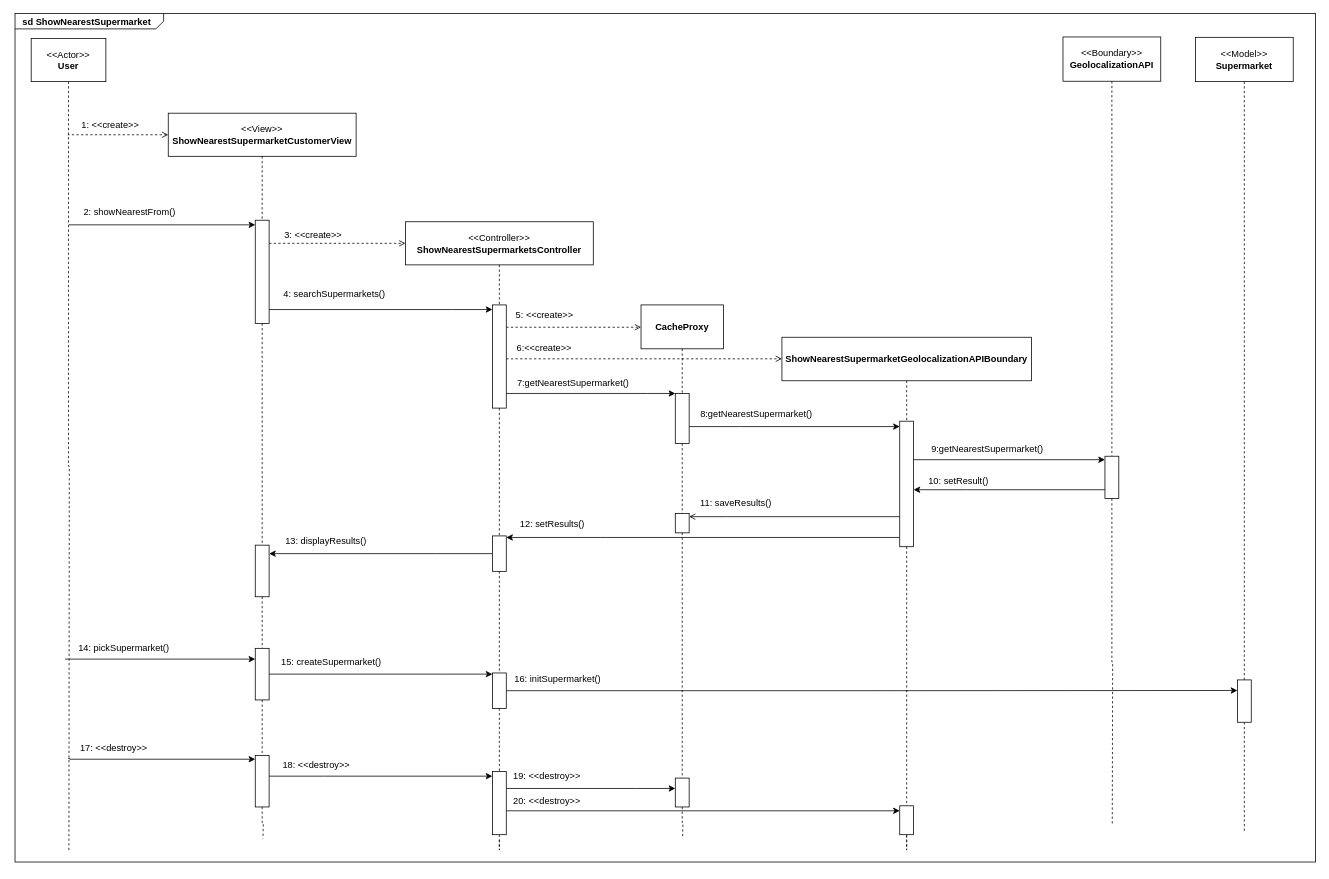
Above: docx&pdf/Sequence Diagrams/SequenceDiagram_ShowNearestSupermarket.drawio in FredHats99/HealthyCart (draw.io), before the change. Source tidied: cells renumbered, new cells numbered last; positions are measured from the earlier drawing's top-left corner, leaving out a move shared by most shapes. Both pictures are drawn from the tidied source at 77%, with x=0, y=0 at pixel (15, 13).
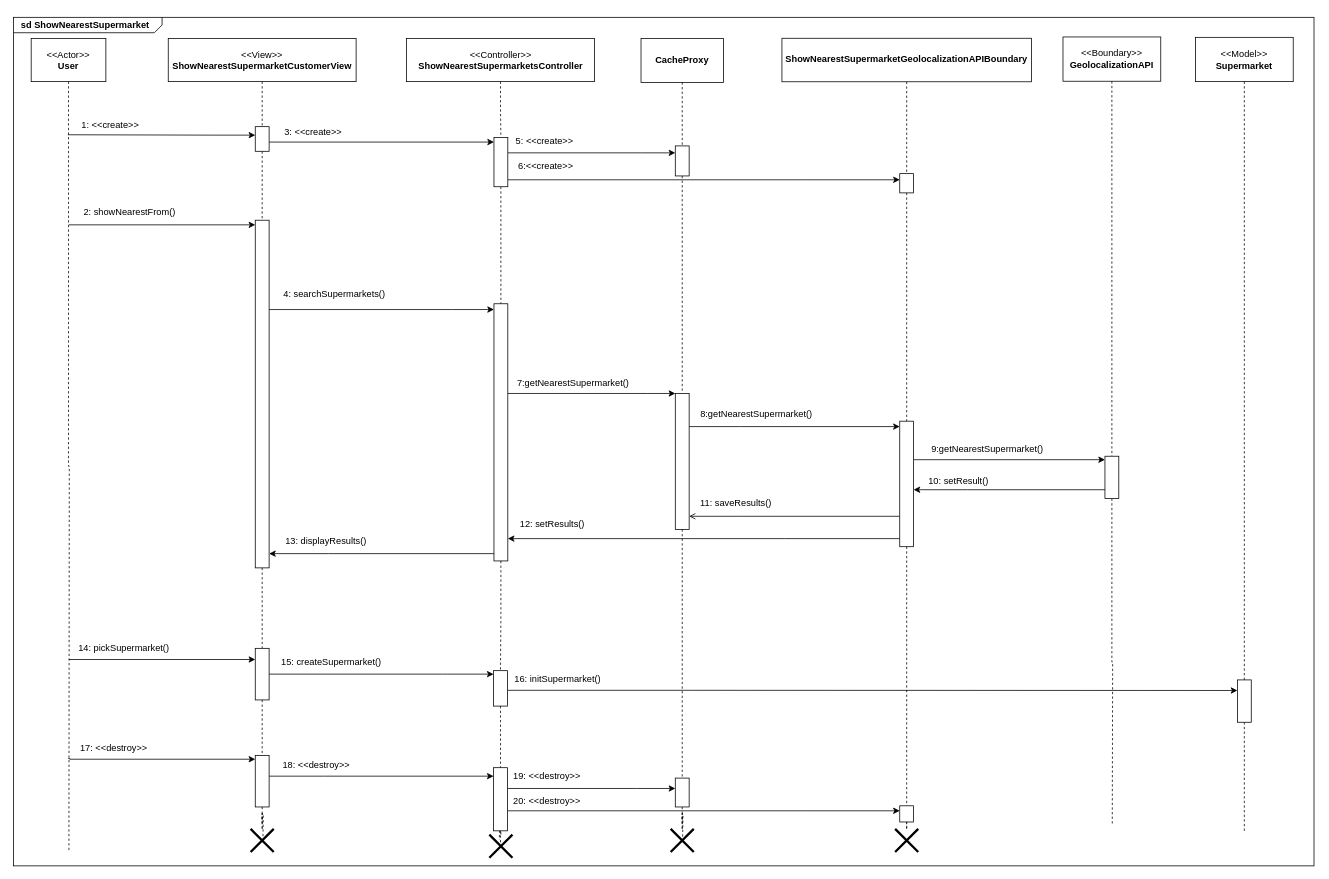
The same diagram, later.

Commit message (it also covers changes not shown here):
Updated Sequence and State diagram with the correct export file to display them in their entirety

Unchanged cells that the change refers to:
```xml
<mxCell id="39" style="rounded=0;whiteSpace=wrap;html=1;" parent="1" vertex="1">
  <mxGeometry x="1149" y="529.5" width="18" height="163" as="geometry" />
</mxCell>
<mxCell id="60" style="rounded=0;whiteSpace=wrap;html=1;" parent="1" vertex="1">
  <mxGeometry x="312" y="824.5" width="18" height="67" as="geometry" />
</mxCell>
<mxCell id="68" style="rounded=0;whiteSpace=wrap;html=1;" parent="1" vertex="1">
  <mxGeometry x="1587.5" y="865.5" width="18" height="55" as="geometry" />
</mxCell>
<mxCell id="73" style="rounded=0;whiteSpace=wrap;html=1;" parent="1" vertex="1">
  <mxGeometry x="312" y="963.5" width="18" height="67" as="geometry" />
</mxCell>
<mxCell id="81" style="rounded=0;whiteSpace=wrap;html=1;" parent="1" vertex="1">
  <mxGeometry x="857.5" y="993" width="18" height="37.5" as="geometry" />
</mxCell>
```

What changed in the source:
```diff
@@
-    <mxCell id="4" style="edgeStyle=orthogonalEdgeStyle;rounded=0;jettySize=auto;html=1;dashed=1;endArrow=none;endFill=0;startArrow=none;" parent="1" edge="1" source="73">
+    <mxCell id="4" style="edgeStyle=orthogonalEdgeStyle;rounded=0;jettySize=auto;html=1;dashed=1;endArrow=none;endFill=0;startArrow=none;" parent="1" edge="1" source="98">
       <mxGeometry relative="1" as="geometry">
         <mxPoint x="322" y="1071.5" as="targetPoint" />
       </mxGeometry>
     </mxCell>
-    <mxCell id="5" style="edgeStyle=orthogonalEdgeStyle;rounded=0;jettySize=auto;html=1;dashed=1;endArrow=none;endFill=0;startArrow=open;startFill=0;" parent="1" edge="1" source="6">
+    <mxCell id="5" style="edgeStyle=orthogonalEdgeStyle;rounded=0;jettySize=auto;html=1;endArrow=none;endFill=0;startArrow=classic;startFill=1;" parent="1" edge="1" source="88">
       <mxGeometry relative="1" as="geometry">
         <mxPoint x="68.6" y="157.5" as="targetPoint" />
+        <Array as="points">
+          <mxPoint x="256" y="158" />
+          <mxPoint x="256" y="158" />
+        </Array>
       </mxGeometry>
     </mxCell>
     <mxCell id="6" value="&amp;lt;&amp;lt;View&amp;gt;&amp;gt;&lt;br&gt;&lt;b&gt;ShowNearestSupermarketCustomerView&lt;/b&gt;" style="rounded=0;whiteSpace=wrap;html=1;" parent="1" vertex="1">
-      <mxGeometry x="199" y="129.5" width="244" height="56" as="geometry" />
+      <mxGeometry x="199" y="32.5" width="244" height="56" as="geometry" />
     </mxCell>
     <mxCell id="7" value="&amp;lt;&amp;lt;Controller&amp;gt;&amp;gt;&lt;br&gt;&lt;b&gt;ShowNearestSupermarketsController&lt;/b&gt;" style="rounded=0;whiteSpace=wrap;html=1;" parent="1" vertex="1">
-      <mxGeometry x="507" y="270.5" width="244" height="56" as="geometry" />
+      <mxGeometry x="508.5" y="32.5" width="244" height="56" as="geometry" />
     </mxCell>
-    <mxCell id="8" style="edgeStyle=orthogonalEdgeStyle;rounded=0;jettySize=auto;html=1;dashed=1;endArrow=none;endFill=0;startArrow=none;" parent="1" edge="1" source="81">
+    <mxCell id="8" style="edgeStyle=orthogonalEdgeStyle;rounded=0;jettySize=auto;html=1;dashed=1;endArrow=none;endFill=0;startArrow=none;" parent="1" edge="1" source="102">
       <mxGeometry relative="1" as="geometry">
         <mxPoint x="867" y="1069.5" as="targetPoint" />
       </mxGeometry>
     </mxCell>
     <mxCell id="9" value="&lt;b&gt;CacheProxy&lt;/b&gt;" style="rounded=0;whiteSpace=wrap;html=1;" parent="1" vertex="1">
-      <mxGeometry x="813" y="378.5" width="107" height="57" as="geometry" />
+      <mxGeometry x="813" y="32.5" width="107" height="57" as="geometry" />
     </mxCell>
-    <mxCell id="10" style="edgeStyle=orthogonalEdgeStyle;rounded=0;jettySize=auto;html=1;dashed=1;endArrow=none;endFill=0;startArrow=none;" parent="1" edge="1" source="84">
+    <mxCell id="10" style="edgeStyle=orthogonalEdgeStyle;rounded=0;jettySize=auto;html=1;dashed=1;endArrow=none;endFill=0;startArrow=none;" parent="1" edge="1" source="103">
       <mxGeometry relative="1" as="geometry">
         <mxPoint x="1158" y="1059.5" as="targetPoint" />
       </mxGeometry>
     </mxCell>
     <mxCell id="11" value="&lt;b&gt;ShowNearestSupermarketGeolocalizationAPIBoundary&lt;/b&gt;" style="rounded=0;whiteSpace=wrap;html=1;" parent="1" vertex="1">
-      <mxGeometry x="996" y="420.5" width="324" height="56.5" as="geometry" />
+      <mxGeometry x="996" y="32.2" width="324" height="56.5" as="geometry" />
     </mxCell>
@@
-    <mxCell id="15" style="edgeStyle=orthogonalEdgeStyle;rounded=0;jettySize=auto;html=1;dashed=1;endArrow=none;endFill=0;" parent="1" edge="1" source="6" target="19">
+    <mxCell id="15" style="edgeStyle=orthogonalEdgeStyle;rounded=0;jettySize=auto;html=1;dashed=1;endArrow=none;endFill=0;startArrow=none;" parent="1" edge="1" source="88" target="19">
       <mxGeometry relative="1" as="geometry" />
     </mxCell>
@@
-    <mxCell id="17" style="edgeStyle=orthogonalEdgeStyle;rounded=0;jettySize=auto;html=1;startArrow=none;startFill=0;endArrow=open;endFill=0;dashed=1;" parent="1" edge="1" source="19" target="7">
+    <mxCell id="17" style="edgeStyle=orthogonalEdgeStyle;rounded=0;jettySize=auto;html=1;startArrow=none;startFill=0;endArrow=classic;endFill=1;" parent="1" edge="1" source="88" target="92">
       <mxGeometry relative="1" as="geometry">
         <Array as="points">
-          <mxPoint x="370" y="298.5" />
-          <mxPoint x="370" y="298.5" />
+          <mxPoint x="405" y="167" />
+          <mxPoint x="405" y="167" />
         </Array>
       </mxGeometry>
     </mxCell>
@@
     <mxCell id="19" style="rounded=0;whiteSpace=wrap;html=1;" parent="1" vertex="1">
-      <mxGeometry x="312" y="268.5" width="18" height="134" as="geometry" />
+      <mxGeometry x="312" y="268.5" width="18" height="451.5" as="geometry" />
     </mxCell>
@@
     <mxCell id="21" value="3: &amp;lt;&amp;lt;create&amp;gt;&amp;gt;" style="text;html=1;strokeColor=none;fillColor=none;align=center;verticalAlign=middle;whiteSpace=wrap;rounded=0;" parent="1" vertex="1">
-      <mxGeometry x="337" y="272.5" width="101" height="30" as="geometry" />
+      <mxGeometry x="337" y="139" width="101" height="30" as="geometry" />
     </mxCell>
-    <mxCell id="22" style="edgeStyle=orthogonalEdgeStyle;rounded=0;jettySize=auto;html=1;dashed=1;endArrow=none;endFill=0;" parent="1" edge="1" source="7" target="27">
+    <mxCell id="22" style="edgeStyle=orthogonalEdgeStyle;rounded=0;jettySize=auto;html=1;dashed=1;endArrow=none;endFill=0;startArrow=none;" parent="1" edge="1" source="92" target="27">
       <mxGeometry relative="1" as="geometry" />
     </mxCell>
-    <mxCell id="23" style="edgeStyle=orthogonalEdgeStyle;rounded=0;jettySize=auto;html=1;startArrow=none;startFill=0;endArrow=none;endFill=0;dashed=1;" parent="1" edge="1" source="78">
+    <mxCell id="23" style="edgeStyle=orthogonalEdgeStyle;rounded=0;jettySize=auto;html=1;startArrow=none;startFill=0;endArrow=none;endFill=0;dashed=1;" parent="1" edge="1" source="100">
       <mxGeometry relative="1" as="geometry">
         <mxPoint x="629" y="1073.5" as="targetPoint" />
       </mxGeometry>
     </mxCell>
-    <mxCell id="24" style="edgeStyle=orthogonalEdgeStyle;rounded=0;jettySize=auto;html=1;dashed=1;startArrow=none;startFill=0;endArrow=open;endFill=0;" parent="1" edge="1" source="27" target="9">
-      <mxGeometry relative="1" as="geometry">
-        <Array as="points">
-          <mxPoint x="683" y="407.5" />
-          <mxPoint x="683" y="407.5" />
-        </Array>
-      </mxGeometry>
-    </mxCell>
@@
-    <mxCell id="26" style="edgeStyle=orthogonalEdgeStyle;rounded=0;jettySize=auto;html=1;startArrow=none;startFill=0;endArrow=open;endFill=0;dashed=1;" parent="1" edge="1" source="27" target="11">
-      <mxGeometry relative="1" as="geometry">
-        <Array as="points">
-          <mxPoint x="727" y="448.5" />
-          <mxPoint x="727" y="448.5" />
-        </Array>
-      </mxGeometry>
-    </mxCell>
     <mxCell id="27" style="rounded=0;whiteSpace=wrap;html=1;" parent="1" vertex="1">
-      <mxGeometry x="620" y="378.5" width="18" height="134" as="geometry" />
+      <mxGeometry x="622" y="377" width="18" height="334" as="geometry" />
     </mxCell>
@@
     <mxCell id="29" value="5: &amp;lt;&amp;lt;create&amp;gt;&amp;gt;" style="text;html=1;strokeColor=none;fillColor=none;align=center;verticalAlign=middle;whiteSpace=wrap;rounded=0;" parent="1" vertex="1">
-      <mxGeometry x="643" y="378.5" width="90" height="26" as="geometry" />
+      <mxGeometry x="642.5" y="153" width="90" height="26" as="geometry" />
     </mxCell>
-    <mxCell id="30" style="edgeStyle=orthogonalEdgeStyle;rounded=0;jettySize=auto;html=1;dashed=1;endArrow=none;endFill=0;" parent="1" edge="1" source="9" target="32">
+    <mxCell id="30" style="edgeStyle=orthogonalEdgeStyle;rounded=0;jettySize=auto;html=1;dashed=1;endArrow=none;endFill=0;startArrow=none;" parent="1" edge="1" source="94" target="32">
       <mxGeometry relative="1" as="geometry" />
     </mxCell>
@@
     <mxCell id="32" style="rounded=0;whiteSpace=wrap;html=1;" parent="1" vertex="1">
-      <mxGeometry x="857.5" y="493.5" width="18" height="65" as="geometry" />
+      <mxGeometry x="857.5" y="493.5" width="18" height="176.5" as="geometry" />
     </mxCell>
@@
     <mxCell id="34" value="6:&amp;lt;&amp;lt;create&amp;gt;&amp;gt;" style="text;html=1;strokeColor=none;fillColor=none;align=center;verticalAlign=middle;whiteSpace=wrap;rounded=0;" parent="1" vertex="1">
-      <mxGeometry x="638" y="420.5" width="99" height="28" as="geometry" />
+      <mxGeometry x="640" y="185" width="99" height="28" as="geometry" />
     </mxCell>
-    <mxCell id="35" style="edgeStyle=orthogonalEdgeStyle;rounded=0;jettySize=auto;html=1;dashed=1;endArrow=none;endFill=0;" parent="1" edge="1" source="11" target="39">
+    <mxCell id="35" style="edgeStyle=orthogonalEdgeStyle;rounded=0;jettySize=auto;html=1;dashed=1;endArrow=none;endFill=0;startArrow=none;" parent="1" edge="1" source="96" target="39">
       <mxGeometry relative="1" as="geometry" />
     </mxCell>
@@
-    <mxCell id="37" style="edgeStyle=orthogonalEdgeStyle;rounded=0;jettySize=auto;html=1;startArrow=none;startFill=0;endArrow=open;endFill=0;" parent="1" edge="1" source="39" target="50">
+    <mxCell id="37" style="edgeStyle=orthogonalEdgeStyle;rounded=0;jettySize=auto;html=1;startArrow=none;startFill=0;endArrow=open;endFill=0;" parent="1" edge="1" source="39" target="32">
       <mxGeometry relative="1" as="geometry">
         <Array as="points">
-          <mxPoint x="925" y="653.5" />
-          <mxPoint x="925" y="653.5" />
+          <mxPoint x="943" y="653" />
+          <mxPoint x="943" y="653" />
         </Array>
       </mxGeometry>
     </mxCell>
-    <mxCell id="38" style="edgeStyle=orthogonalEdgeStyle;rounded=0;jettySize=auto;html=1;startArrow=none;startFill=0;endArrow=classic;endFill=1;" parent="1" edge="1" source="39" target="48">
+    <mxCell id="38" style="edgeStyle=orthogonalEdgeStyle;rounded=0;jettySize=auto;html=1;startArrow=none;startFill=0;endArrow=classic;endFill=1;" parent="1" edge="1" source="39" target="27">
       <mxGeometry relative="1" as="geometry">
         <Array as="points">
-          <mxPoint x="760" y="680.5" />
-          <mxPoint x="760" y="680.5" />
+          <mxPoint x="999" y="682" />
+          <mxPoint x="999" y="682" />
         </Array>
       </mxGeometry>
     </mxCell>
@@
-    <mxCell id="46" style="edgeStyle=orthogonalEdgeStyle;rounded=0;jettySize=auto;html=1;startArrow=none;startFill=0;endArrow=none;endFill=0;dashed=1;" parent="1" edge="1" source="27" target="48">
-      <mxGeometry relative="1" as="geometry" />
-    </mxCell>
-    <mxCell id="47" style="edgeStyle=orthogonalEdgeStyle;rounded=0;jettySize=auto;html=1;startArrow=none;startFill=0;endArrow=classic;endFill=1;" parent="1" edge="1" source="48" target="55">
+    <mxCell id="47" style="edgeStyle=orthogonalEdgeStyle;rounded=0;jettySize=auto;html=1;startArrow=none;startFill=0;endArrow=classic;endFill=1;" parent="1" edge="1" target="19">
       <mxGeometry relative="1" as="geometry">
+        <mxPoint x="622" y="701.5" as="sourcePoint" />
         <Array as="points">
-          <mxPoint x="547" y="701.5" />
-          <mxPoint x="547" y="701.5" />
+          <mxPoint x="407" y="701" />
+          <mxPoint x="407" y="701" />
         </Array>
       </mxGeometry>
     </mxCell>
-    <mxCell id="48" style="rounded=0;whiteSpace=wrap;html=1;" parent="1" vertex="1">
-      <mxGeometry x="620" y="678.5" width="18" height="46" as="geometry" />
-    </mxCell>
-    <mxCell id="49" style="edgeStyle=orthogonalEdgeStyle;rounded=0;jettySize=auto;html=1;dashed=1;endArrow=none;endFill=0;startArrow=none;" parent="1" edge="1" source="32" target="50">
-      <mxGeometry relative="1" as="geometry" />
-    </mxCell>
-    <mxCell id="50" style="rounded=0;whiteSpace=wrap;html=1;" parent="1" vertex="1">
-      <mxGeometry x="857.5" y="649.5" width="18" height="25" as="geometry" />
-    </mxCell>
@@
-    <mxCell id="54" style="edgeStyle=orthogonalEdgeStyle;rounded=0;jettySize=auto;html=1;dashed=1;endArrow=none;endFill=0;startArrow=none;" parent="1" edge="1" source="19" target="55">
-      <mxGeometry relative="1" as="geometry" />
-    </mxCell>
-    <mxCell id="55" style="rounded=0;whiteSpace=wrap;html=1;" parent="1" vertex="1">
-      <mxGeometry x="312" y="690.5" width="18" height="67" as="geometry" />
-    </mxCell>
@@
-    <mxCell id="57" style="edgeStyle=orthogonalEdgeStyle;rounded=0;jettySize=auto;html=1;dashed=1;endArrow=none;endFill=0;startArrow=none;" parent="1" edge="1" source="55" target="60">
+    <mxCell id="57" style="edgeStyle=orthogonalEdgeStyle;rounded=0;jettySize=auto;html=1;dashed=1;endArrow=none;endFill=0;startArrow=none;" parent="1" edge="1" source="19" target="60">
       <mxGeometry relative="1" as="geometry" />
     </mxCell>
     <mxCell id="58" style="edgeStyle=orthogonalEdgeStyle;rounded=0;jettySize=auto;html=1;startArrow=classic;startFill=1;endArrow=none;endFill=0;" parent="1" edge="1" source="60">
       <mxGeometry relative="1" as="geometry">
-        <mxPoint x="65" y="838.5" as="targetPoint" />
+        <mxPoint x="70" y="839" as="targetPoint" />
         <Array as="points">
           <mxPoint x="70" y="838.5" />
         </Array>
       </mxGeometry>
     </mxCell>
@@
-    <mxCell id="62" style="edgeStyle=orthogonalEdgeStyle;rounded=0;jettySize=auto;html=1;startArrow=none;startFill=0;endArrow=none;endFill=0;dashed=1;" parent="1" edge="1" source="48" target="64">
+    <mxCell id="62" style="edgeStyle=orthogonalEdgeStyle;rounded=0;jettySize=auto;html=1;startArrow=none;startFill=0;endArrow=none;endFill=0;dashed=1;" parent="1" edge="1" source="27" target="64">
       <mxGeometry relative="1" as="geometry" />
     </mxCell>
     <mxCell id="63" style="edgeStyle=orthogonalEdgeStyle;rounded=0;jettySize=auto;html=1;startArrow=none;startFill=0;endArrow=classic;endFill=1;entryX=0;entryY=0.25;entryDx=0;entryDy=0;" parent="1" edge="1" source="64" target="68">
-      <mxGeometry relative="1" as="geometry" />
+      <mxGeometry relative="1" as="geometry">
+        <Array as="points">
+          <mxPoint x="879" y="879" />
+          <mxPoint x="879" y="879" />
+        </Array>
+      </mxGeometry>
     </mxCell>
     <mxCell id="64" style="rounded=0;whiteSpace=wrap;html=1;" parent="1" vertex="1">
-      <mxGeometry x="620" y="856.5" width="18" height="46" as="geometry" />
+      <mxGeometry x="621.5" y="853.5" width="18" height="46" as="geometry" />
     </mxCell>
@@
     <mxCell id="78" style="rounded=0;whiteSpace=wrap;html=1;" parent="1" vertex="1">
-      <mxGeometry x="620" y="984.5" width="18" height="82" as="geometry" />
+      <mxGeometry x="621.5" y="979.5" width="18" height="82" as="geometry" />
     </mxCell>
@@
-    <mxCell id="80" style="edgeStyle=orthogonalEdgeStyle;rounded=0;jettySize=auto;html=1;dashed=1;endArrow=none;endFill=0;startArrow=none;" parent="1" edge="1" source="50" target="81">
+    <mxCell id="80" style="edgeStyle=orthogonalEdgeStyle;rounded=0;jettySize=auto;html=1;dashed=1;endArrow=none;endFill=0;startArrow=none;" parent="1" edge="1" source="32" target="81">
       <mxGeometry relative="1" as="geometry" />
     </mxCell>
@@
     <mxCell id="84" style="rounded=0;whiteSpace=wrap;html=1;" parent="1" vertex="1">
-      <mxGeometry x="1149" y="1029" width="18" height="37.5" as="geometry" />
+      <mxGeometry x="1149" y="1029" width="18" height="21" as="geometry" />
     </mxCell>
@@
     <mxCell id="86" value="&lt;p style=&quot;margin:0px;margin-top:4px;margin-left:10px;text-align:left;&quot;&gt;&lt;b&gt;sd ShowNearestSupermarket&lt;/b&gt;&lt;/p&gt;" style="html=1;shape=mxgraph.sysml.package;html=1;overflow=fill;whiteSpace=wrap;fillOpacity=0;labelX=193.33;" parent="1" vertex="1">
-      <mxGeometry width="1689" height="1102" as="geometry" />
+      <mxGeometry x="-2" y="5" width="1689" height="1102" as="geometry" />
     </mxCell>
+    <mxCell id="87" style="edgeStyle=orthogonalEdgeStyle;rounded=0;jettySize=auto;html=1;dashed=1;endArrow=none;endFill=0;" parent="1" edge="1" source="6" target="88">
+      <mxGeometry relative="1" as="geometry" />
+    </mxCell>
+    <mxCell id="88" style="rounded=0;whiteSpace=wrap;html=1;" parent="1" vertex="1">
+      <mxGeometry x="312" y="147" width="18" height="32" as="geometry" />
+    </mxCell>
+    <mxCell id="89" style="edgeStyle=orthogonalEdgeStyle;rounded=0;jettySize=auto;html=1;dashed=1;endArrow=none;endFill=0;" parent="1" edge="1" source="7" target="92">
+      <mxGeometry relative="1" as="geometry" />
+    </mxCell>
+    <mxCell id="90" style="edgeStyle=orthogonalEdgeStyle;rounded=0;jettySize=auto;html=1;" parent="1" edge="1" source="92" target="94">
+      <mxGeometry relative="1" as="geometry">
+        <Array as="points">
+          <mxPoint x="814" y="181" />
+          <mxPoint x="814" y="181" />
+        </Array>
+      </mxGeometry>
+    </mxCell>
+    <mxCell id="91" style="edgeStyle=orthogonalEdgeStyle;rounded=0;jettySize=auto;html=1;" parent="1" edge="1" source="92" target="96">
+      <mxGeometry relative="1" as="geometry">
+        <Array as="points">
+          <mxPoint x="1023" y="216" />
+          <mxPoint x="1023" y="216" />
+        </Array>
+      </mxGeometry>
+    </mxCell>
+    <mxCell id="92" style="rounded=0;whiteSpace=wrap;html=1;" parent="1" vertex="1">
+      <mxGeometry x="622" y="161" width="18" height="64" as="geometry" />
+    </mxCell>
+    <mxCell id="93" style="edgeStyle=orthogonalEdgeStyle;rounded=0;jettySize=auto;html=1;dashed=1;endArrow=none;endFill=0;" parent="1" edge="1" source="9" target="94">
+      <mxGeometry relative="1" as="geometry" />
+    </mxCell>
+    <mxCell id="94" style="rounded=0;whiteSpace=wrap;html=1;" parent="1" vertex="1">
+      <mxGeometry x="857.5" y="172" width="18" height="39" as="geometry" />
+    </mxCell>
+    <mxCell id="95" style="edgeStyle=orthogonalEdgeStyle;rounded=0;jettySize=auto;html=1;dashed=1;endArrow=none;endFill=0;" parent="1" edge="1" source="11" target="96">
+      <mxGeometry relative="1" as="geometry" />
+    </mxCell>
+    <mxCell id="96" style="rounded=0;whiteSpace=wrap;html=1;" parent="1" vertex="1">
+      <mxGeometry x="1149" y="208" width="18" height="25" as="geometry" />
+    </mxCell>
+    <mxCell id="97" style="edgeStyle=orthogonalEdgeStyle;rounded=0;jettySize=auto;html=1;dashed=1;endArrow=none;endFill=0;startArrow=none;" parent="1" edge="1" source="73" target="98">
+      <mxGeometry relative="1" as="geometry" />
+    </mxCell>
+    <mxCell id="98" style="shape=umlDestroy;whiteSpace=wrap;html=1;strokeWidth=3;targetShapes=umlLifeline;" parent="1" vertex="1">
+      <mxGeometry x="306" y="1059" width="30" height="30" as="geometry" />
+    </mxCell>
+    <mxCell id="99" style="edgeStyle=orthogonalEdgeStyle;rounded=0;jettySize=auto;html=1;startArrow=none;startFill=0;endArrow=none;endFill=0;dashed=1;" parent="1" edge="1" source="78" target="100">
+      <mxGeometry relative="1" as="geometry" />
+    </mxCell>
+    <mxCell id="100" style="shape=umlDestroy;whiteSpace=wrap;html=1;strokeWidth=3;targetShapes=umlLifeline;" parent="1" vertex="1">
+      <mxGeometry x="616" y="1066.5" width="30" height="30" as="geometry" />
+    </mxCell>
+    <mxCell id="101" style="edgeStyle=orthogonalEdgeStyle;rounded=0;jettySize=auto;html=1;dashed=1;endArrow=none;endFill=0;startArrow=none;" parent="1" edge="1" source="81" target="102">
+      <mxGeometry relative="1" as="geometry" />
+    </mxCell>
+    <mxCell id="102" style="shape=umlDestroy;whiteSpace=wrap;html=1;strokeWidth=3;targetShapes=umlLifeline;" parent="1" vertex="1">
+      <mxGeometry x="851.5" y="1059" width="30" height="30" as="geometry" />
+    </mxCell>
+    <mxCell id="103" style="shape=umlDestroy;whiteSpace=wrap;html=1;strokeWidth=3;targetShapes=umlLifeline;" parent="1" vertex="1">
+      <mxGeometry x="1143" y="1059" width="30" height="30" as="geometry" />
+    </mxCell>
```
